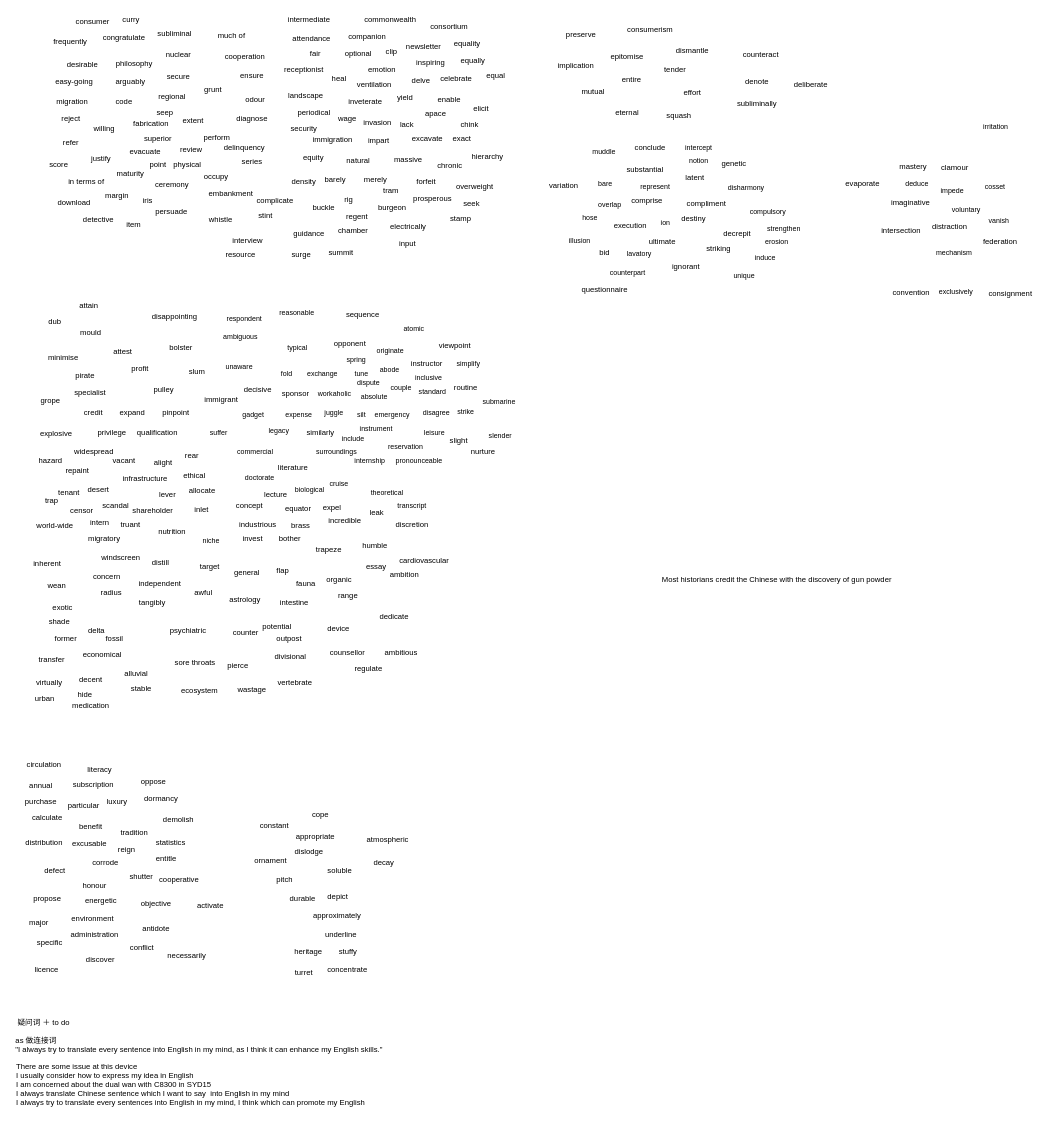
This is 2023-11-13.drawio from GC-L/hello-world, a draw.io file, before an edit. Source tidied: cells renumbered, new cells numbered last; positions are measured from the earlier drawing's top-left corner, leaving out a move shared by most shapes. Both pictures are drawn from the tidied source at 64%, with x=0, y=0 at pixel (11, 11).
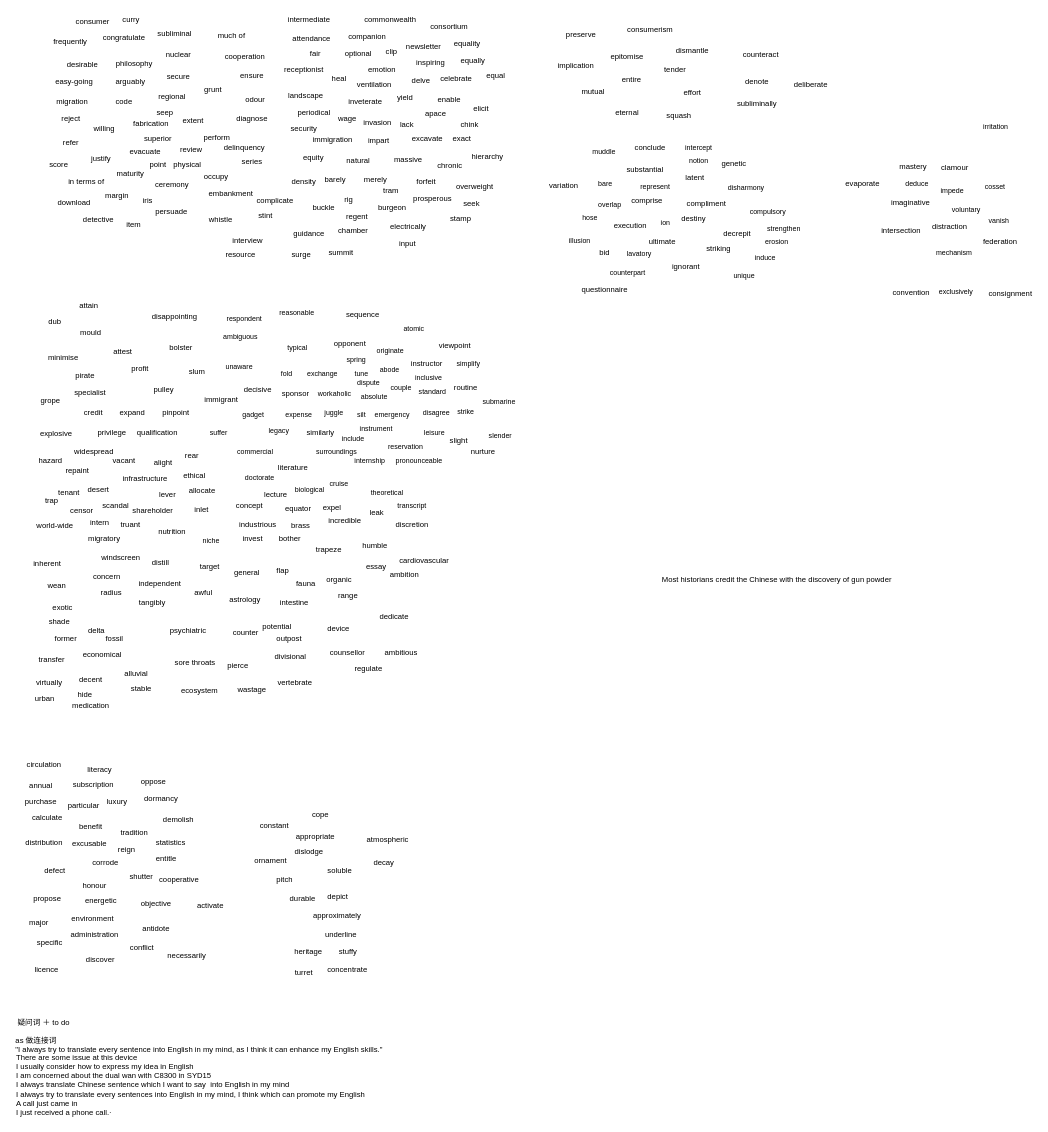
Above is the later version.

Diff of the diagram source:
```diff
@@
-    <mxCell id="392" value="There are some issue at this device&lt;br&gt;I usually consider how to express my idea in English&lt;br&gt;I am concerned about the dual wan with C8300 in SYD15&lt;br&gt;I always translate Chinese sentence which I want to say&amp;nbsp; into English in my mind&lt;br&gt;I always try to translate every sentences into English in my mind, I think which can promote my English" style="text;html=1;align=left;verticalAlign=middle;strokeColor=none;fillColor=none;" parent="1" vertex="1">
-      <mxGeometry x="6" y="1635" width="563" height="84" as="geometry" />
+    <mxCell id="392" value="There are some issue at this device&lt;br&gt;I usually consider how to express my idea in English&lt;br&gt;I am concerned about the dual wan with C8300 in SYD15&lt;br&gt;I always translate Chinese sentence which I want to say&amp;nbsp; into English in my mind&lt;br&gt;I always try to translate every sentences into English in my mind, I think which can promote my English&lt;br&gt;A call just came in&lt;br&gt;I just received a phone call.·&amp;nbsp;" style="text;html=1;align=left;verticalAlign=middle;strokeColor=none;fillColor=none;" parent="1" vertex="1">
+      <mxGeometry x="6" y="1621" width="563" height="113" as="geometry" />
     </mxCell>
```
